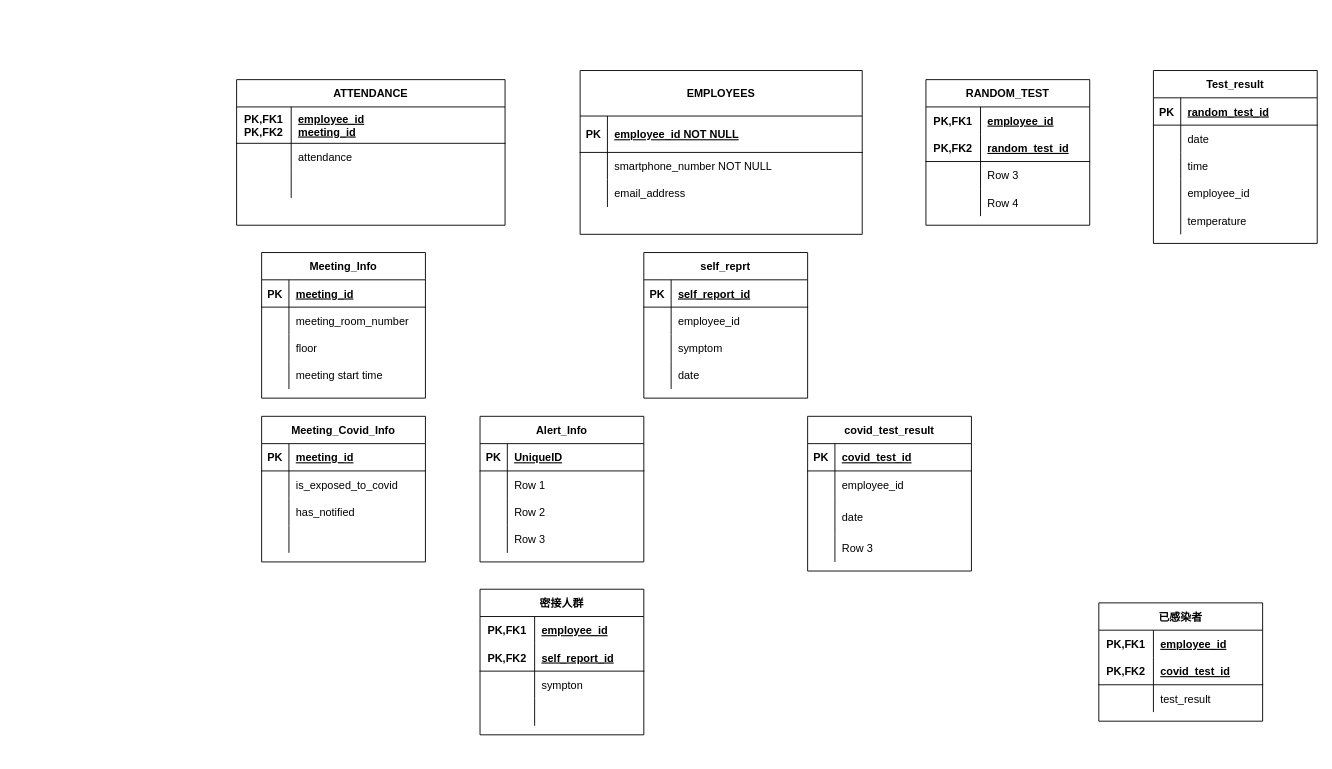
Above: page "Page-1" (1 of 2) of Untitled Diagram.drawio in CharlieXuJk/ty (draw.io), before the change. Source tidied: cells renumbered, new cells numbered last; positions are measured from the earlier drawing's top-left corner, leaving out a move shared by most shapes. Both pictures are drawn from the tidied source at 91%, with x=0, y=0 at pixel (236, 70).
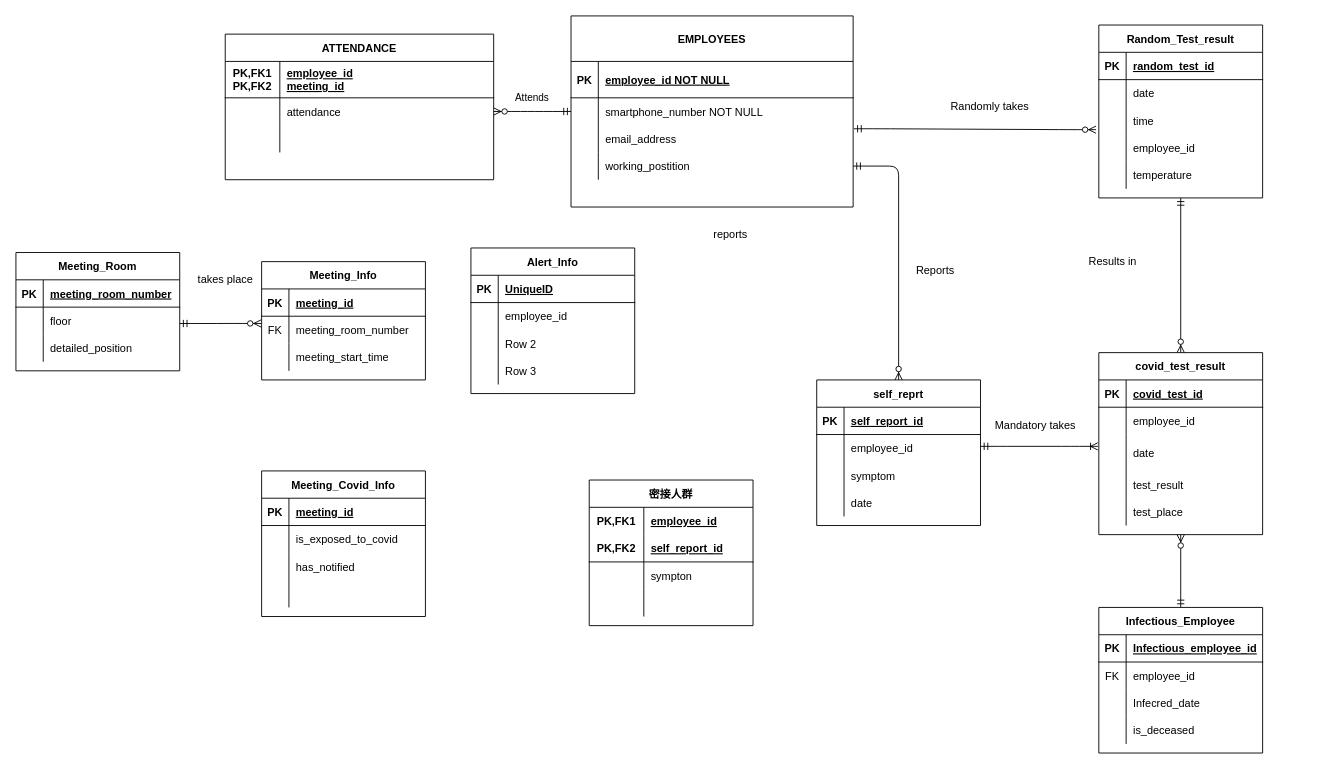
After the change.

Unchanged cells that the change refers to:
```xml
<mxCell id="6" style="shape=partialRectangle;fillColor=none;points=[[0,0.5],[1,0.5]];portConstraint=eastwest;top=0;left=0;right=0;bottom=0;" parent="2" vertex="1">
  <mxGeometry y="70" width="295" height="30" as="geometry" />
</mxCell>
<mxCell id="16" style="shape=partialRectangle;fillColor=none;points=[[0,0.5],[1,0.5]];portConstraint=eastwest;top=0;left=0;right=0;bottom=0;" parent="12" vertex="1">
  <mxGeometry y="90" width="310" height="30" as="geometry" />
</mxCell>
<mxCell id="19" style="shape=partialRectangle;fillColor=none;points=[[0,0.5],[1,0.5]];portConstraint=eastwest;top=0;left=0;right=0;bottom=0;" parent="12" vertex="1">
  <mxGeometry y="120" width="310" height="30" as="geometry" />
</mxCell>
<mxCell id="26" style="shape=partialRectangle;fillColor=none;top=0;left=0;bottom=0;right=0;points=[[0,0.5],[1,0.5]];portConstraint=eastwest;" parent="22" vertex="1">
  <mxGeometry y="60" width="180" height="30" as="geometry" />
</mxCell>
<mxCell id="78" style="shape=partialRectangle;fillColor=none;top=0;left=0;bottom=0;right=0;points=[[0,0.5],[1,0.5]];portConstraint=eastwest;" parent="71" vertex="1">
  <mxGeometry y="90" width="180" height="30" as="geometry" />
</mxCell>
<mxCell id="94" style="shape=partialRectangle;fillColor=none;top=0;left=0;bottom=0;right=0;points=[[0,0.5],[1,0.5]];portConstraint=eastwest;" parent="87" vertex="1">
  <mxGeometry y="90" width="180" height="40" as="geometry" />
</mxCell>
<mxCell id="97" style="shape=partialRectangle;fillColor=none;top=0;left=0;bottom=0;right=0;" parent="87" vertex="1">
  <mxGeometry y="130" width="180" height="30" as="geometry" />
</mxCell>
<mxCell id="130" style="shape=partialRectangle;fillColor=none;top=0;left=0;bottom=0;right=0;" parent="126" vertex="1">
  <mxGeometry y="60" width="180" height="30" as="geometry" />
</mxCell>
```

Diff of the diagram source:
```diff
@@
     <mxCell id="2" value="ATTENDANCE" style="shape=table;startSize=30;childLayout=tableLayout;rowLines=0;fontStyle=1;align=center;" parent="1" vertex="1">
-      <mxGeometry x="0.5" y="10" width="295" height="160" as="geometry" />
+      <mxGeometry x="-12" y="-40" width="295" height="160" as="geometry" />
     </mxCell>
@@
     <mxCell id="12" value="EMPLOYEES" style="shape=table;startSize=50;childLayout=tableLayout;rowLines=0;fontStyle=1;align=center;" parent="1" vertex="1">
-      <mxGeometry x="378" width="310" height="180" as="geometry" />
+      <mxGeometry x="368" y="-60" width="310" height="210" as="geometry" />
     </mxCell>
@@
+    <mxCell id="139" style="shape=partialRectangle;fillColor=none;points=[[0,0.5],[1,0.5]];portConstraint=eastwest;top=0;left=0;right=0;bottom=0;" parent="12" vertex="1">
+      <mxGeometry y="150" width="310" height="30" as="geometry" />
+    </mxCell>
+    <mxCell id="140" style="shape=partialRectangle;overflow=hidden;fillColor=none;top=0;left=0;bottom=0;right=0;" parent="139" vertex="1">
+      <mxGeometry width="30" height="30" as="geometry" />
+    </mxCell>
+    <mxCell id="141" value="working_postition" style="shape=partialRectangle;overflow=hidden;fillColor=none;top=0;left=0;bottom=0;right=0;align=left;spacingLeft=6;" parent="139" vertex="1">
+      <mxGeometry x="30" width="280" height="30" as="geometry" />
+    </mxCell>
     <mxCell id="22" value="Meeting_Info" style="shape=table;startSize=30;childLayout=tableLayout;rowLines=0;fontStyle=1;align=center;" parent="1" vertex="1">
-      <mxGeometry x="28" y="200" width="180" height="160" as="geometry" />
+      <mxGeometry x="28" y="210" width="180" height="130" as="geometry" />
     </mxCell>
@@
-    <mxCell id="27" style="shape=partialRectangle;fillColor=none;top=0;left=0;bottom=0;right=0;overflow=hidden;" parent="26" vertex="1">
+    <mxCell id="27" value="FK" style="shape=partialRectangle;fillColor=none;top=0;left=0;bottom=0;right=0;overflow=hidden;" parent="26" vertex="1">
       <mxGeometry width="30" height="30" as="geometry" />
     </mxCell>
@@
-    <mxCell id="29" style="shape=partialRectangle;fillColor=none;top=0;left=0;bottom=0;right=0;" parent="22" vertex="1">
-      <mxGeometry y="90" width="180" height="30" as="geometry" />
-    </mxCell>
-    <mxCell id="30" style="shape=partialRectangle;fillColor=none;top=0;left=0;bottom=0;right=0;overflow=hidden;" parent="29" vertex="1">
-      <mxGeometry width="30" height="30" as="geometry" />
-    </mxCell>
-    <mxCell id="31" value="floor" style="shape=partialRectangle;fillColor=none;top=0;left=0;bottom=0;right=0;align=left;spacingLeft=6;overflow=hidden;" parent="29" vertex="1">
-      <mxGeometry x="30" width="150" height="30" as="geometry" />
-    </mxCell>
     <mxCell id="32" style="shape=partialRectangle;fillColor=none;top=0;left=0;bottom=0;right=0;" parent="22" vertex="1">
-      <mxGeometry y="120" width="180" height="30" as="geometry" />
+      <mxGeometry y="90" width="180" height="30" as="geometry" />
     </mxCell>
@@
-    <mxCell id="34" value="meeting start time" style="shape=partialRectangle;fillColor=none;top=0;left=0;bottom=0;right=0;align=left;spacingLeft=6;overflow=hidden;" parent="32" vertex="1">
+    <mxCell id="34" value="meeting_start_time" style="shape=partialRectangle;fillColor=none;top=0;left=0;bottom=0;right=0;align=left;spacingLeft=6;overflow=hidden;" parent="32" vertex="1">
       <mxGeometry x="30" width="150" height="30" as="geometry" />
     </mxCell>
-    <mxCell id="35" value="已感染者" style="shape=table;startSize=30;childLayout=tableLayout;rowLines=0;fontStyle=1;align=center;" parent="1" vertex="1">
-      <mxGeometry x="948" y="585" width="180" height="130" as="geometry" />
-    </mxCell>
-    <mxCell id="36" style="shape=partialRectangle;fillColor=none;top=0;left=0;bottom=0;right=0;" parent="35" vertex="1">
-      <mxGeometry y="30" width="180" height="30" as="geometry" />
-    </mxCell>
-    <mxCell id="37" value="PK,FK1" style="shape=partialRectangle;fillColor=none;top=0;left=0;bottom=0;right=0;fontStyle=1;overflow=hidden;" parent="36" vertex="1">
-      <mxGeometry width="60" height="30" as="geometry" />
-    </mxCell>
-    <mxCell id="38" value="employee_id" style="shape=partialRectangle;fillColor=none;top=0;left=0;bottom=0;right=0;align=left;spacingLeft=6;fontStyle=5;overflow=hidden;" parent="36" vertex="1">
-      <mxGeometry x="60" width="120" height="30" as="geometry" />
-    </mxCell>
-    <mxCell id="39" style="shape=partialRectangle;fillColor=none;top=0;left=0;bottom=1;right=0;" parent="35" vertex="1">
-      <mxGeometry y="60" width="180" height="30" as="geometry" />
-    </mxCell>
-    <mxCell id="40" value="PK,FK2" style="shape=partialRectangle;fillColor=none;top=0;left=0;bottom=0;right=0;fontStyle=1;overflow=hidden;" parent="39" vertex="1">
-      <mxGeometry width="60" height="30" as="geometry" />
-    </mxCell>
-    <mxCell id="41" value="covid_test_id" style="shape=partialRectangle;fillColor=none;top=0;left=0;bottom=0;right=0;align=left;spacingLeft=6;fontStyle=5;overflow=hidden;" parent="39" vertex="1">
-      <mxGeometry x="60" width="120" height="30" as="geometry" />
-    </mxCell>
-    <mxCell id="42" style="shape=partialRectangle;fillColor=none;top=0;left=0;bottom=0;right=0;" parent="35" vertex="1">
-      <mxGeometry y="90" width="180" height="30" as="geometry" />
-    </mxCell>
-    <mxCell id="43" style="shape=partialRectangle;fillColor=none;top=0;left=0;bottom=0;right=0;overflow=hidden;" parent="42" vertex="1">
-      <mxGeometry width="60" height="30" as="geometry" />
-    </mxCell>
-    <mxCell id="44" value="test_result" style="shape=partialRectangle;fillColor=none;top=0;left=0;bottom=0;right=0;align=left;spacingLeft=6;overflow=hidden;" parent="42" vertex="1">
-      <mxGeometry x="60" width="120" height="30" as="geometry" />
-    </mxCell>
-    <mxCell id="45" value="RANDOM_TEST" style="shape=table;startSize=30;childLayout=tableLayout;rowLines=0;fontStyle=1;align=center;" parent="1" vertex="1">
-      <mxGeometry x="758" y="10" width="180" height="160" as="geometry" />
-    </mxCell>
-    <mxCell id="46" style="shape=partialRectangle;fillColor=none;top=0;left=0;bottom=0;right=0;" parent="45" vertex="1">
-      <mxGeometry y="30" width="180" height="30" as="geometry" />
-    </mxCell>
-    <mxCell id="47" value="PK,FK1" style="shape=partialRectangle;fillColor=none;top=0;left=0;bottom=0;right=0;fontStyle=1;overflow=hidden;" parent="46" vertex="1">
-      <mxGeometry width="60" height="30" as="geometry" />
-    </mxCell>
-    <mxCell id="48" value="employee_id" style="shape=partialRectangle;fillColor=none;top=0;left=0;bottom=0;right=0;align=left;spacingLeft=6;fontStyle=5;overflow=hidden;" parent="46" vertex="1">
-      <mxGeometry x="60" width="120" height="30" as="geometry" />
-    </mxCell>
-    <mxCell id="49" style="shape=partialRectangle;fillColor=none;top=0;left=0;bottom=1;right=0;" parent="45" vertex="1">
-      <mxGeometry y="60" width="180" height="30" as="geometry" />
-    </mxCell>
-    <mxCell id="50" value="PK,FK2" style="shape=partialRectangle;fillColor=none;top=0;left=0;bottom=0;right=0;fontStyle=1;overflow=hidden;" parent="49" vertex="1">
-      <mxGeometry width="60" height="30" as="geometry" />
-    </mxCell>
-    <mxCell id="51" value="random_test_id" style="shape=partialRectangle;fillColor=none;top=0;left=0;bottom=0;right=0;align=left;spacingLeft=6;fontStyle=5;overflow=hidden;" parent="49" vertex="1">
-      <mxGeometry x="60" width="120" height="30" as="geometry" />
-    </mxCell>
-    <mxCell id="52" style="shape=partialRectangle;fillColor=none;top=0;left=0;bottom=0;right=0;" parent="45" vertex="1">
-      <mxGeometry y="90" width="180" height="30" as="geometry" />
-    </mxCell>
-    <mxCell id="53" style="shape=partialRectangle;fillColor=none;top=0;left=0;bottom=0;right=0;overflow=hidden;" parent="52" vertex="1">
-      <mxGeometry width="60" height="30" as="geometry" />
-    </mxCell>
-    <mxCell id="54" value="Row 3" style="shape=partialRectangle;fillColor=none;top=0;left=0;bottom=0;right=0;align=left;spacingLeft=6;overflow=hidden;" parent="52" vertex="1">
-      <mxGeometry x="60" width="120" height="30" as="geometry" />
-    </mxCell>
-    <mxCell id="55" style="shape=partialRectangle;fillColor=none;top=0;left=0;bottom=0;right=0;" parent="45" vertex="1">
-      <mxGeometry y="120" width="180" height="30" as="geometry" />
-    </mxCell>
-    <mxCell id="56" style="shape=partialRectangle;fillColor=none;top=0;left=0;bottom=0;right=0;overflow=hidden;" parent="55" vertex="1">
-      <mxGeometry width="60" height="30" as="geometry" />
-    </mxCell>
-    <mxCell id="57" value="Row 4" style="shape=partialRectangle;fillColor=none;top=0;left=0;bottom=0;right=0;align=left;spacingLeft=6;overflow=hidden;" parent="55" vertex="1">
-      <mxGeometry x="60" width="120" height="30" as="geometry" />
-    </mxCell>
+    <mxCell id="142" style="edgeStyle=orthogonalEdgeStyle;rounded=1;jettySize=auto;html=1;exitX=0.5;exitY=0;exitDx=0;exitDy=0;entryX=0.5;entryY=1;entryDx=0;entryDy=0;startArrow=ERmandOne;startFill=0;endArrow=ERzeroToMany;endFill=1;" parent="1" edge="1" source="166" target="87">
+      <mxGeometry relative="1" as="geometry" />
+    </mxCell>
     <mxCell id="58" value="Meeting_Covid_Info" style="shape=table;startSize=30;childLayout=tableLayout;rowLines=0;fontStyle=1;align=center;" parent="1" vertex="1">
-      <mxGeometry x="28" y="380" width="180" height="160" as="geometry" />
+      <mxGeometry x="28" y="440" width="180" height="160" as="geometry" />
     </mxCell>
@@
+    <mxCell id="143" style="edgeStyle=orthogonalEdgeStyle;rounded=1;jettySize=auto;html=1;exitX=0.5;exitY=1;exitDx=0;exitDy=0;entryX=0.5;entryY=0;entryDx=0;entryDy=0;startArrow=ERmandOne;startFill=0;endArrow=ERzeroToMany;endFill=1;" parent="1" edge="1" source="71" target="87">
+      <mxGeometry relative="1" as="geometry" />
+    </mxCell>
-    <mxCell id="71" value="Test_result" style="shape=table;startSize=30;childLayout=tableLayout;rowLines=0;fontStyle=1;align=center;" parent="1" vertex="1">
-      <mxGeometry x="1008" width="180" height="190" as="geometry" />
+    <mxCell id="71" value="Random_Test_result" style="shape=table;startSize=30;childLayout=tableLayout;rowLines=0;fontStyle=1;align=center;" parent="1" vertex="1">
+      <mxGeometry x="948" y="-50" width="180" height="190" as="geometry" />
     </mxCell>
@@
     <mxCell id="87" value="covid_test_result" style="shape=table;startSize=30;childLayout=tableLayout;rowLines=0;fontStyle=1;align=center;" parent="1" vertex="1">
-      <mxGeometry x="628" y="380" width="180" height="170" as="geometry" />
+      <mxGeometry x="948" y="310" width="180" height="200" as="geometry" />
     </mxCell>
@@
-    <mxCell id="99" value="Row 3" style="shape=partialRectangle;fillColor=none;top=0;left=0;bottom=0;right=0;align=left;spacingLeft=6;overflow=hidden;" parent="97" vertex="1">
+    <mxCell id="99" value="test_result" style="shape=partialRectangle;fillColor=none;top=0;left=0;bottom=0;right=0;align=left;spacingLeft=6;overflow=hidden;" parent="97" vertex="1">
       <mxGeometry x="30" width="150" height="30" as="geometry" />
     </mxCell>
+    <mxCell id="144" style="shape=partialRectangle;fillColor=none;top=0;left=0;bottom=0;right=0;" parent="87" vertex="1">
+      <mxGeometry y="160" width="180" height="30" as="geometry" />
+    </mxCell>
+    <mxCell id="145" style="shape=partialRectangle;fillColor=none;top=0;left=0;bottom=0;right=0;overflow=hidden;" parent="144" vertex="1">
+      <mxGeometry width="30" height="30" as="geometry" />
+    </mxCell>
+    <mxCell id="146" value="test_place" style="shape=partialRectangle;fillColor=none;top=0;left=0;bottom=0;right=0;align=left;spacingLeft=6;overflow=hidden;" parent="144" vertex="1">
+      <mxGeometry x="30" width="150" height="30" as="geometry" />
+    </mxCell>
     <mxCell id="100" value="密接人群" style="shape=table;startSize=30;childLayout=tableLayout;rowLines=0;fontStyle=1;align=center;" parent="1" vertex="1">
-      <mxGeometry x="268" y="570" width="180" height="160" as="geometry" />
+      <mxGeometry x="388" y="450" width="180" height="160" as="geometry" />
     </mxCell>
@@
     <mxCell id="113" value="self_reprt" style="shape=table;startSize=30;childLayout=tableLayout;rowLines=0;fontStyle=1;align=center;" parent="1" vertex="1">
-      <mxGeometry x="448" y="200" width="180" height="160" as="geometry" />
+      <mxGeometry x="638" y="340" width="180" height="160" as="geometry" />
     </mxCell>
@@
     <mxCell id="126" value="Alert_Info" style="shape=table;startSize=30;childLayout=tableLayout;rowLines=0;fontStyle=1;align=center;" parent="1" vertex="1">
-      <mxGeometry x="268" y="380" width="180" height="160" as="geometry" />
+      <mxGeometry x="258" y="195" width="180" height="160" as="geometry" />
     </mxCell>
@@
-    <mxCell id="132" value="Row 1" style="shape=partialRectangle;fillColor=none;top=0;left=0;bottom=0;right=0;align=left;spacingLeft=6;overflow=hidden;" parent="130" vertex="1">
+    <mxCell id="132" value="employee_id" style="shape=partialRectangle;fillColor=none;top=0;left=0;bottom=0;right=0;align=left;spacingLeft=6;overflow=hidden;" parent="130" vertex="1">
       <mxGeometry x="30" width="150" height="30" as="geometry" />
     </mxCell>
@@
+    <mxCell id="147" value="Meeting_Room" style="shape=table;startSize=30;childLayout=tableLayout;rowLines=0;fontStyle=1;align=center;" parent="1" vertex="1">
+      <mxGeometry x="-242" y="200" width="180" height="130" as="geometry" />
+    </mxCell>
+    <mxCell id="148" style="shape=partialRectangle;fillColor=none;top=0;left=0;bottom=1;right=0;" parent="147" vertex="1">
+      <mxGeometry y="30" width="180" height="30" as="geometry" />
+    </mxCell>
+    <mxCell id="149" value="PK" style="shape=partialRectangle;fillColor=none;top=0;left=0;bottom=0;right=0;fontStyle=1;overflow=hidden;" parent="148" vertex="1">
+      <mxGeometry width="30" height="30" as="geometry" />
+    </mxCell>
+    <mxCell id="150" value="meeting_room_number" style="shape=partialRectangle;fillColor=none;top=0;left=0;bottom=0;right=0;align=left;spacingLeft=6;fontStyle=5;overflow=hidden;" parent="148" vertex="1">
+      <mxGeometry x="30" width="150" height="30" as="geometry" />
+    </mxCell>
+    <mxCell id="151" style="shape=partialRectangle;fillColor=none;top=0;left=0;bottom=0;right=0;" parent="147" vertex="1">
+      <mxGeometry y="60" width="180" height="30" as="geometry" />
+    </mxCell>
+    <mxCell id="152" style="shape=partialRectangle;fillColor=none;top=0;left=0;bottom=0;right=0;overflow=hidden;" parent="151" vertex="1">
+      <mxGeometry width="30" height="30" as="geometry" />
+    </mxCell>
+    <mxCell id="31" value="floor" style="shape=partialRectangle;fillColor=none;top=0;left=0;bottom=0;right=0;align=left;spacingLeft=6;overflow=hidden;" parent="151" vertex="1">
+      <mxGeometry x="30" width="150" height="30" as="geometry" />
+    </mxCell>
+    <mxCell id="153" style="shape=partialRectangle;fillColor=none;top=0;left=0;bottom=0;right=0;" parent="147" vertex="1">
+      <mxGeometry y="90" width="180" height="30" as="geometry" />
+    </mxCell>
+    <mxCell id="154" style="shape=partialRectangle;fillColor=none;top=0;left=0;bottom=0;right=0;overflow=hidden;" parent="153" vertex="1">
+      <mxGeometry width="30" height="30" as="geometry" />
+    </mxCell>
+    <mxCell id="155" value="detailed_position" style="shape=partialRectangle;fillColor=none;top=0;left=0;bottom=0;right=0;align=left;spacingLeft=6;overflow=hidden;" parent="153" vertex="1">
+      <mxGeometry x="30" width="150" height="30" as="geometry" />
+    </mxCell>
+    <mxCell id="156" style="edgeStyle=entityRelationEdgeStyle;fontSize=12;html=1;endArrow=ERzeroToMany;startArrow=ERmandOne;exitX=0;exitY=0.5;exitDx=0;exitDy=0;entryX=1;entryY=0.5;entryDx=0;entryDy=0;" parent="1" edge="1" source="16" target="6">
+      <mxGeometry relative="1" as="geometry" />
+    </mxCell>
+    <mxCell id="157" value="Attends" style="edgeLabel;html=1;align=center;verticalAlign=middle;" parent="156" vertex="1">
+      <mxGeometry x="0.05" y="-3" relative="1" as="geometry">
+        <mxPoint x="1" y="-13" as="offset" />
+      </mxGeometry>
+    </mxCell>
+    <mxCell id="158" value="reports" style="text;html=1;align=center;verticalAlign=middle;strokeColor=none;fillColor=none;" parent="1" vertex="1">
+      <mxGeometry x="518" y="170" width="50" height="20" as="geometry" />
+    </mxCell>
+    <mxCell id="159" style="edgeStyle=entityRelationEdgeStyle;fontSize=12;html=1;endArrow=ERzeroToMany;startArrow=ERmandOne;exitX=1.003;exitY=0.133;exitDx=0;exitDy=0;exitPerimeter=0;entryX=-0.017;entryY=0.833;entryDx=0;entryDy=0;entryPerimeter=0;" parent="1" edge="1" source="19" target="78">
+      <mxGeometry relative="1" as="geometry" />
+    </mxCell>
+    <mxCell id="160" value="Randomly takes" style="text;html=1;align=center;verticalAlign=middle;strokeColor=none;fillColor=none;" parent="1" vertex="1">
+      <mxGeometry x="778" y="30" width="100" height="20" as="geometry" />
+    </mxCell>
+    <mxCell id="161" style="edgeStyle=entityRelationEdgeStyle;fontSize=12;html=1;endArrow=ERzeroToMany;startArrow=ERmandOne;entryX=-0.003;entryY=0.265;entryDx=0;entryDy=0;entryPerimeter=0;" parent="1" edge="1" target="26">
+      <mxGeometry relative="1" as="geometry">
+        <mxPoint x="-62" y="278" as="sourcePoint" />
+      </mxGeometry>
+    </mxCell>
+    <mxCell id="162" style="edgeStyle=entityRelationEdgeStyle;fontSize=12;html=1;endArrow=ERoneToMany;startArrow=ERmandOne;entryX=-0.006;entryY=0.325;entryDx=0;entryDy=0;entryPerimeter=0;" parent="1" edge="1" target="94">
+      <mxGeometry relative="1" as="geometry">
+        <mxPoint x="818" y="413" as="sourcePoint" />
+      </mxGeometry>
+    </mxCell>
+    <mxCell id="163" value="Mandatory takes" style="text;html=1;align=center;verticalAlign=middle;strokeColor=none;fillColor=none;" parent="1" vertex="1">
+      <mxGeometry x="828" y="380" width="100" height="20" as="geometry" />
+    </mxCell>
+    <mxCell id="164" value="takes place" style="text;html=1;align=center;verticalAlign=middle;strokeColor=none;fillColor=none;" parent="1" vertex="1">
+      <mxGeometry x="-52" y="220" width="80" height="20" as="geometry" />
+    </mxCell>
+    <mxCell id="165" value="Results in" style="text;html=1;align=center;verticalAlign=middle;strokeColor=none;fillColor=none;" parent="1" vertex="1">
+      <mxGeometry x="928" y="200" width="70" height="20" as="geometry" />
+    </mxCell>
+    <mxCell id="166" value="Infectious_Employee" style="shape=table;startSize=30;childLayout=tableLayout;rowLines=0;fontStyle=1;align=center;" parent="1" vertex="1">
+      <mxGeometry x="948" y="590" width="180" height="160" as="geometry" />
+    </mxCell>
+    <mxCell id="167" style="shape=partialRectangle;fillColor=none;top=0;left=0;bottom=1;right=0;" parent="166" vertex="1">
+      <mxGeometry y="30" width="180" height="30" as="geometry" />
+    </mxCell>
+    <mxCell id="168" value="PK" style="shape=partialRectangle;fillColor=none;top=0;left=0;bottom=0;right=0;fontStyle=1;overflow=hidden;" parent="167" vertex="1">
+      <mxGeometry width="30" height="30" as="geometry" />
+    </mxCell>
+    <mxCell id="169" value="Infectious_employee_id" style="shape=partialRectangle;fillColor=none;top=0;left=0;bottom=0;right=0;align=left;spacingLeft=6;fontStyle=5;overflow=hidden;" parent="167" vertex="1">
+      <mxGeometry x="30" width="150" height="30" as="geometry" />
+    </mxCell>
+    <mxCell id="170" style="shape=partialRectangle;fillColor=none;top=0;left=0;bottom=0;right=0;" parent="166" vertex="1">
+      <mxGeometry y="60" width="180" height="30" as="geometry" />
+    </mxCell>
+    <mxCell id="171" value="FK" style="shape=partialRectangle;fillColor=none;top=0;left=0;bottom=0;right=0;overflow=hidden;" parent="170" vertex="1">
+      <mxGeometry width="30" height="30" as="geometry" />
+    </mxCell>
+    <mxCell id="172" value="employee_id" style="shape=partialRectangle;fillColor=none;top=0;left=0;bottom=0;right=0;align=left;spacingLeft=6;overflow=hidden;" parent="170" vertex="1">
+      <mxGeometry x="30" width="150" height="30" as="geometry" />
+    </mxCell>
+    <mxCell id="173" style="shape=partialRectangle;fillColor=none;top=0;left=0;bottom=0;right=0;" parent="166" vertex="1">
+      <mxGeometry y="90" width="180" height="30" as="geometry" />
+    </mxCell>
+    <mxCell id="174" style="shape=partialRectangle;fillColor=none;top=0;left=0;bottom=0;right=0;overflow=hidden;" parent="173" vertex="1">
+      <mxGeometry width="30" height="30" as="geometry" />
+    </mxCell>
+    <mxCell id="175" value="Infecred_date" style="shape=partialRectangle;fillColor=none;top=0;left=0;bottom=0;right=0;align=left;spacingLeft=6;overflow=hidden;" parent="173" vertex="1">
+      <mxGeometry x="30" width="150" height="30" as="geometry" />
+    </mxCell>
+    <mxCell id="55" style="shape=partialRectangle;fillColor=none;top=0;left=0;bottom=0;right=0;" parent="166" vertex="1">
+      <mxGeometry y="120" width="180" height="30" as="geometry" />
+    </mxCell>
+    <mxCell id="176" style="shape=partialRectangle;fillColor=none;top=0;left=0;bottom=0;right=0;overflow=hidden;" parent="55" vertex="1">
+      <mxGeometry width="30" height="30" as="geometry" />
+    </mxCell>
+    <mxCell id="177" value="is_deceased" style="shape=partialRectangle;fillColor=none;top=0;left=0;bottom=0;right=0;align=left;spacingLeft=6;overflow=hidden;" parent="55" vertex="1">
+      <mxGeometry x="30" width="150" height="30" as="geometry" />
+    </mxCell>
+    <mxCell id="178" style="edgeStyle=orthogonalEdgeStyle;rounded=1;jettySize=auto;html=1;exitX=1;exitY=0.5;exitDx=0;exitDy=0;entryX=0.5;entryY=0;entryDx=0;entryDy=0;startArrow=ERmandOne;startFill=0;endArrow=ERzeroToMany;endFill=1;" parent="1" edge="1" source="139" target="113">
+      <mxGeometry relative="1" as="geometry" />
+    </mxCell>
+    <mxCell id="179" value="Reports" style="text;html=1;align=center;verticalAlign=middle;strokeColor=none;fillColor=none;" parent="1" vertex="1">
+      <mxGeometry x="738" y="210" width="60" height="20" as="geometry" />
+    </mxCell>
```
